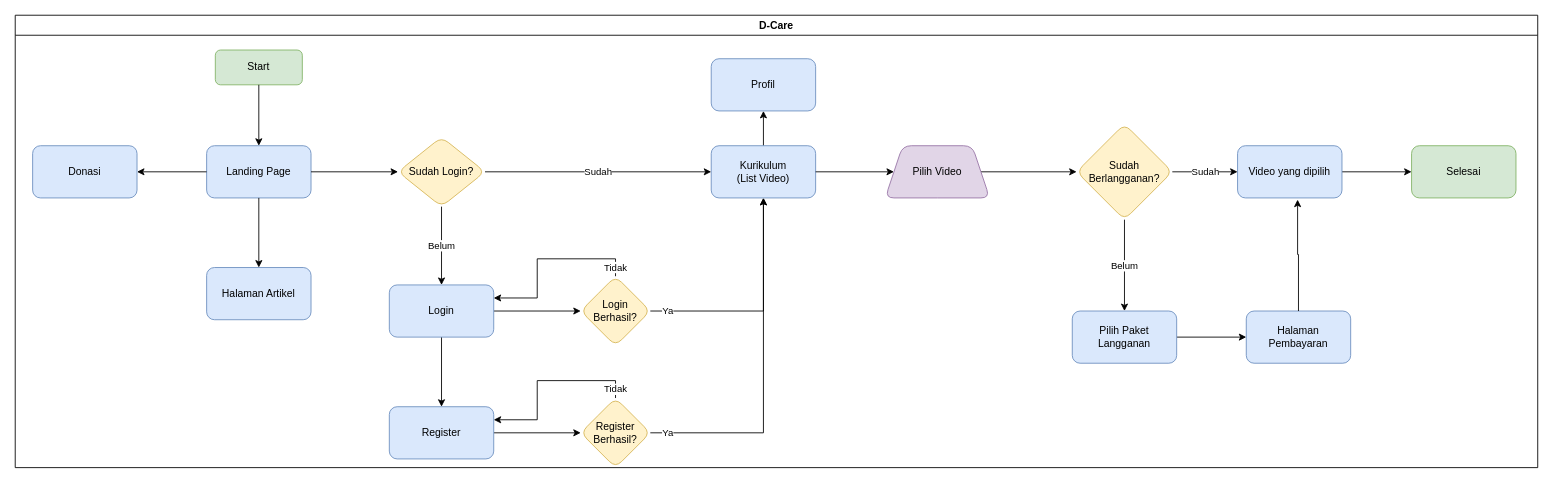
This is page "User Flow" (1 of 3) of D-Care.drawio from sianida26/diagram, a draw.io file, before an edit. Source tidied: cells renumbered, new cells numbered last; positions are measured from the earlier drawing's top-left corner, leaving out a move shared by most shapes. Both pictures are drawn from the tidied source at 87%, with x=0, y=0 at pixel (15, 15).
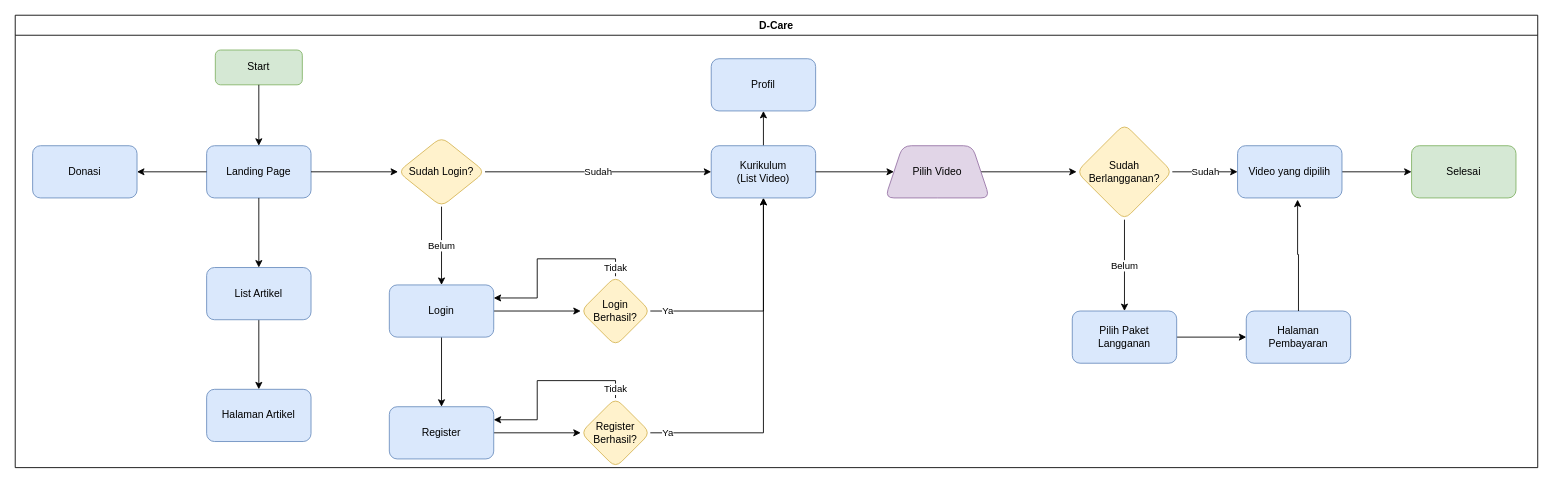
After the change.

The change refers to these unchanged cells:
```xml
<mxCell id="2" value="D-Care" style="swimlane;" parent="1" vertex="1">
  <mxGeometry width="1750" height="520" as="geometry" />
</mxCell>
```

The edit, as a diff of the source:
```diff
@@
+    <mxCell id="41" style="edgeStyle=orthogonalEdgeStyle;rounded=0;jettySize=auto;html=1;fontSize=10;fontColor=#000000;" parent="2" edge="1" source="8" target="42">
+      <mxGeometry relative="1" as="geometry" />
+    </mxCell>
-    <mxCell id="8" value="Halaman Artikel" style="whiteSpace=wrap;html=1;fillColor=#dae8fc;strokeColor=#6c8ebf;rounded=1;" parent="2" vertex="1">
+    <mxCell id="8" value="List Artikel" style="whiteSpace=wrap;html=1;fillColor=#dae8fc;strokeColor=#6c8ebf;rounded=1;" parent="2" vertex="1">
       <mxGeometry x="220" y="290" width="120" height="60" as="geometry" />
     </mxCell>
@@
+    <mxCell id="42" value="Halaman Artikel" style="whiteSpace=wrap;html=1;fillColor=#dae8fc;strokeColor=#6c8ebf;rounded=1;" parent="2" vertex="1">
+      <mxGeometry x="220" y="430" width="120" height="60" as="geometry" />
+    </mxCell>
```
